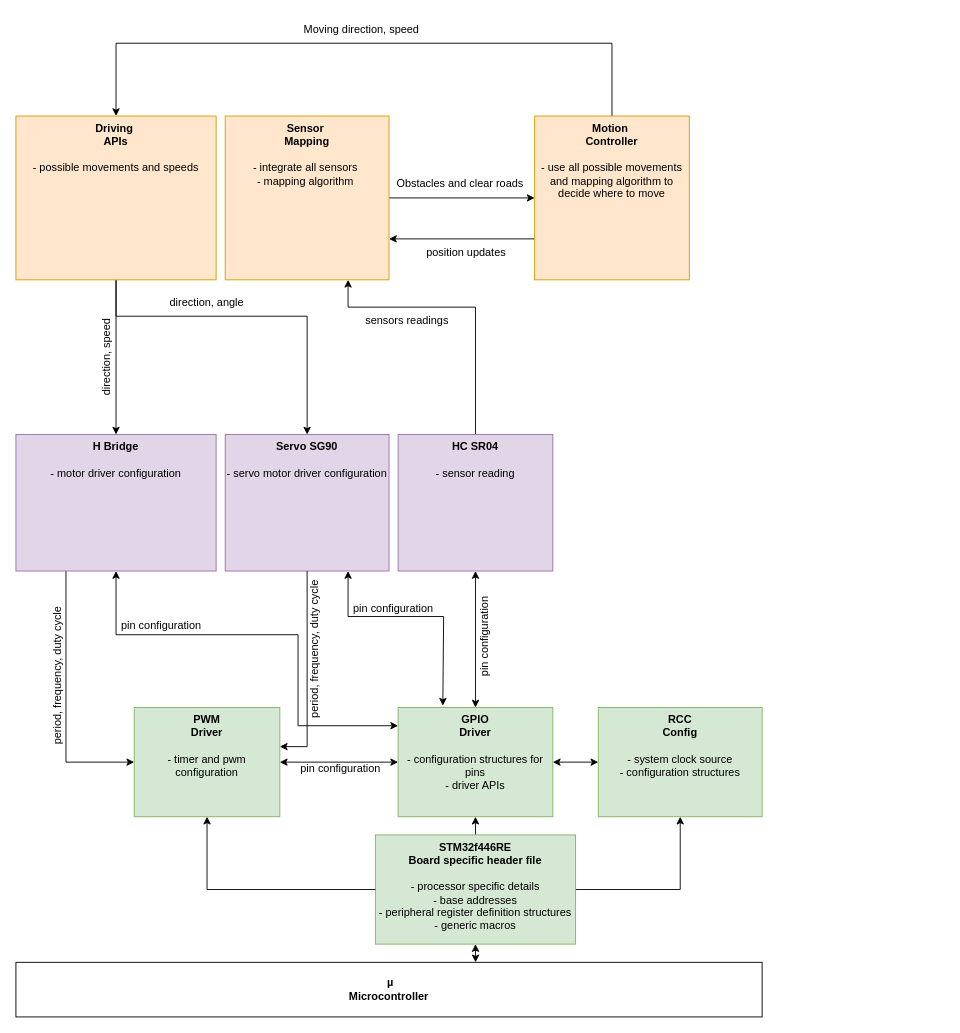
The draw.io diagram page "Interactions" (2 of 3) of Architecture/architecture.drawio in bogdancupsa/MobileRobotPlatform, before the edit. Source tidied: cells renumbered, new cells numbered last; positions are measured from the earlier drawing's top-left corner, leaving out a move shared by most shapes. Both pictures are drawn from the tidied source at 91%, with x=0, y=0 at pixel (-79, 15).
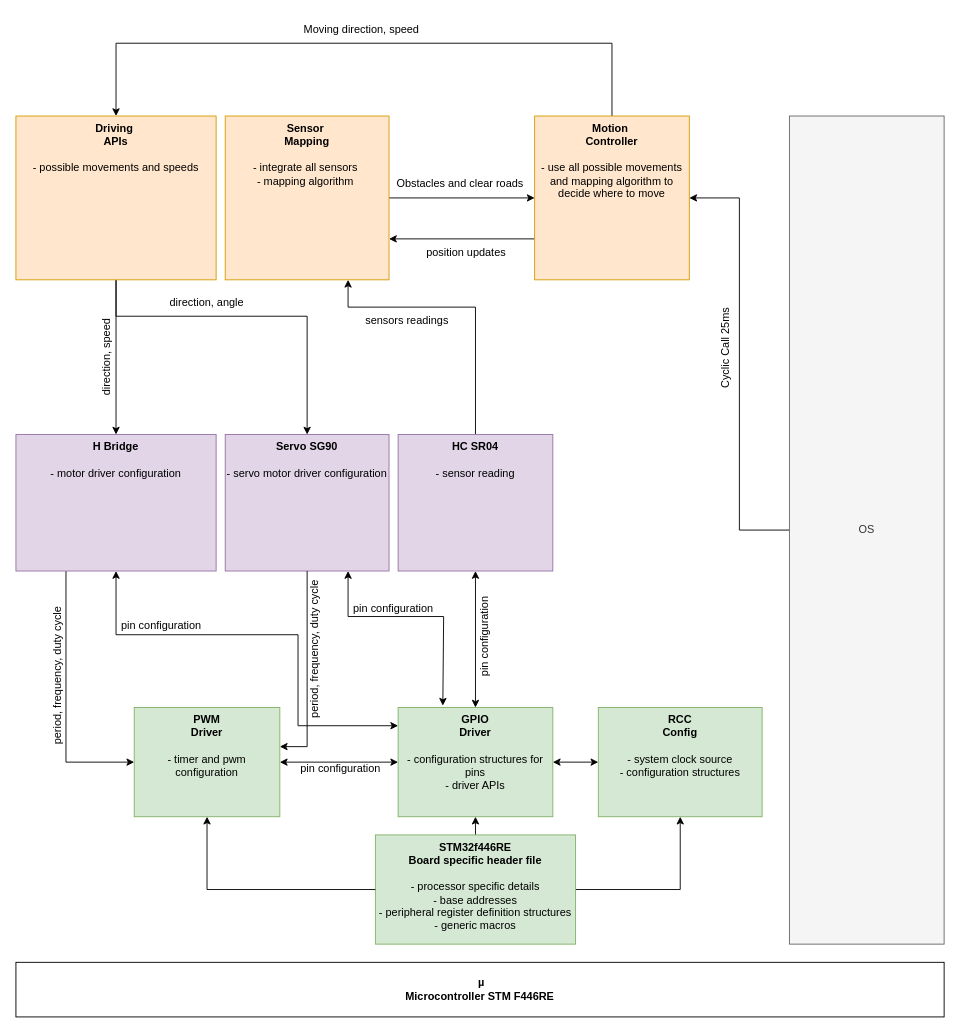
The same diagram, later.

Unchanged cells that the change refers to:
```xml
<mxCell id="7" value="&lt;b&gt;STM32f446RE &lt;br&gt;Board specific header file&lt;/b&gt;&lt;div&gt;&lt;b&gt;&lt;br&gt;&lt;/b&gt;&lt;div&gt;- processor specific details&lt;/div&gt;&lt;div&gt;- base addresses&lt;/div&gt;&lt;div&gt;- peripheral register definition structures&lt;/div&gt;&lt;div&gt;- generic macros&lt;/div&gt;&lt;/div&gt;" style="rounded=0;whiteSpace=wrap;html=1;verticalAlign=top;fillColor=#d5e8d4;strokeColor=#82b366;" parent="1" vertex="1">
  <mxGeometry x="499" y="900" width="220" height="120" as="geometry" />
</mxCell>
<mxCell id="20" value="&lt;b&gt;Motion&amp;nbsp;&lt;/b&gt;&lt;div&gt;&lt;b&gt;Controller&lt;/b&gt;&lt;/div&gt;&lt;div&gt;&lt;b&gt;&lt;br&gt;&lt;/b&gt;&lt;/div&gt;&lt;div&gt;- use all possible movements and mapping algorithm to decide where to move&lt;/div&gt;" style="rounded=0;whiteSpace=wrap;html=1;verticalAlign=top;fillColor=#ffe6cc;strokeColor=#d79b00;" parent="1" vertex="1">
  <mxGeometry x="674" y="110" width="170" height="180" as="geometry" />
</mxCell>
```

Change to the diagram source:
```diff
@@
-    <mxCell id="2" value="&lt;b&gt;&amp;nbsp;µ&lt;br&gt;Microcontroller&lt;/b&gt;" style="rounded=0;whiteSpace=wrap;html=1;" parent="1" vertex="1">
-      <mxGeometry x="104" y="1040" width="820" height="60" as="geometry" />
+    <mxCell id="2" value="&lt;b&gt;&amp;nbsp;µ&lt;br&gt;Microcontroller STM F446RE&lt;/b&gt;" style="rounded=0;whiteSpace=wrap;html=1;" parent="1" vertex="1">
+      <mxGeometry x="104" y="1040" width="1020" height="60" as="geometry" />
     </mxCell>
@@
-    <mxCell id="31" style="endArrow=classic;startArrow=classic;html=1;rounded=0;entryX=0.5;entryY=1;entryDx=0;entryDy=0;exitX=0.616;exitY=0;exitDx=0;exitDy=0;exitPerimeter=0;" parent="1" edge="1" source="2" target="7">
-      <mxGeometry relative="1" as="geometry" />
-    </mxCell>
@@
+    <mxCell id="42" style="edgeStyle=orthogonalEdgeStyle;rounded=0;jettySize=auto;html=1;entryX=1;entryY=0.5;entryDx=0;entryDy=0;" parent="1" edge="1" source="43" target="20">
+      <mxGeometry relative="1" as="geometry" />
+    </mxCell>
+    <mxCell id="43" value="OS" style="rounded=0;whiteSpace=wrap;html=1;verticalAlign=middle;fillColor=#f5f5f5;strokeColor=#666666;fontColor=#333333;" parent="1" vertex="1">
+      <mxGeometry x="954" y="110" width="170" height="910" as="geometry" />
+    </mxCell>
+    <mxCell id="44" value="Cyclic Call 25ms" style="text;html=1;align=center;verticalAlign=middle;whiteSpace=wrap;rounded=0;rotation=-90;" parent="1" vertex="1">
+      <mxGeometry x="804" y="350" width="160" height="30" as="geometry" />
+    </mxCell>
```
